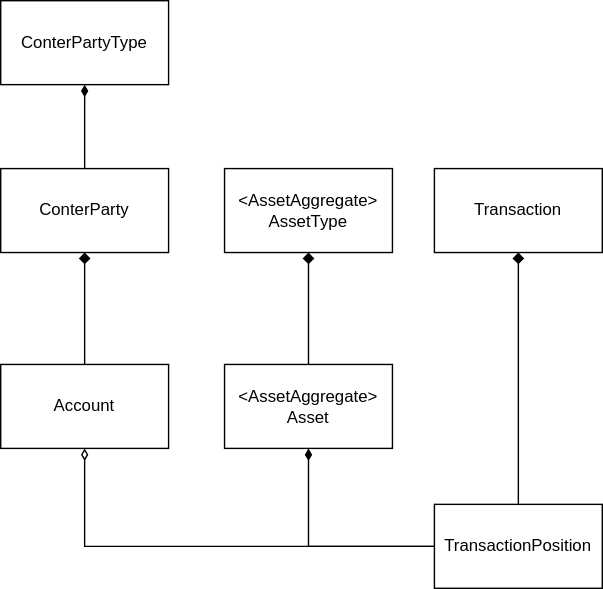
Before: doc/DataModel.drawio.svg, a diagram exported from draw.io (FinanceControl/Transaction.Storage.Srv). Source tidied: cells renumbered, new cells last; positions are measured from the earlier drawing's top-left corner, leaving out a move shared by most shapes.
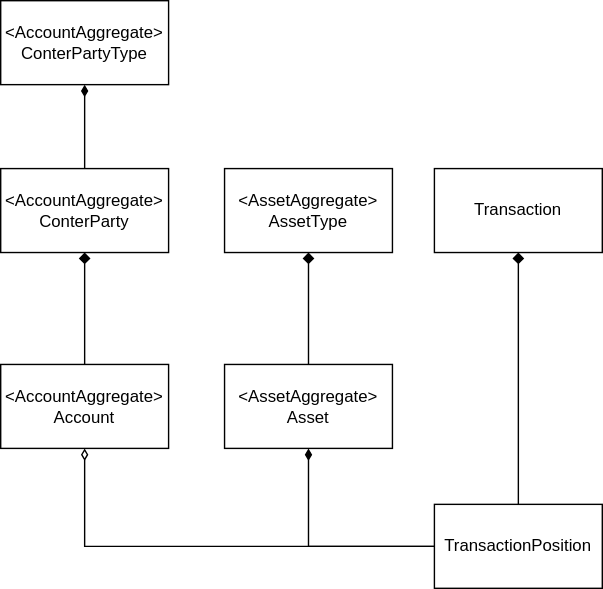
Later version of the same file.

Change to the diagram source:
```diff
@@ -29,16 +29,16 @@
     <mxCell id="10" style="edgeStyle=orthogonalEdgeStyle;html=1;exitX=0.5;exitY=0;exitDx=0;exitDy=0;entryX=0.5;entryY=1;entryDx=0;entryDy=0;endArrow=diamond;endFill=1;rounded=0;" parent="1" edge="1" source="11" target="13">
       <mxGeometry relative="1" as="geometry" />
     </mxCell>
-    <mxCell id="11" value="Account" style="rounded=0;whiteSpace=wrap;html=1;" parent="1" vertex="1">
+    <mxCell id="11" value="&amp;lt;AccountAggregate&amp;gt;&lt;br&gt;Account" style="rounded=0;whiteSpace=wrap;html=1;" parent="1" vertex="1">
       <mxGeometry y="260" width="120" height="60" as="geometry" />
     </mxCell>
     <mxCell id="12" style="edgeStyle=none;html=1;exitX=0.5;exitY=0;exitDx=0;exitDy=0;entryX=0.5;entryY=1;entryDx=0;entryDy=0;endArrow=diamondThin;endFill=1;" parent="1" edge="1" source="13" target="14">
       <mxGeometry relative="1" as="geometry" />
     </mxCell>
-    <mxCell id="13" value="ConterParty" style="rounded=0;whiteSpace=wrap;html=1;" parent="1" vertex="1">
+    <mxCell id="13" value="&amp;lt;AccountAggregate&amp;gt;&lt;br&gt;ConterParty" style="rounded=0;whiteSpace=wrap;html=1;" parent="1" vertex="1">
       <mxGeometry y="120" width="120" height="60" as="geometry" />
     </mxCell>
-    <mxCell id="14" value="ConterPartyType" style="rounded=0;whiteSpace=wrap;html=1;" parent="1" vertex="1">
+    <mxCell id="14" value="&amp;lt;AccountAggregate&amp;gt;&lt;br&gt;ConterPartyType" style="rounded=0;whiteSpace=wrap;html=1;" parent="1" vertex="1">
       <mxGeometry width="120" height="60" as="geometry" />
     </mxCell>
   </root>
```
